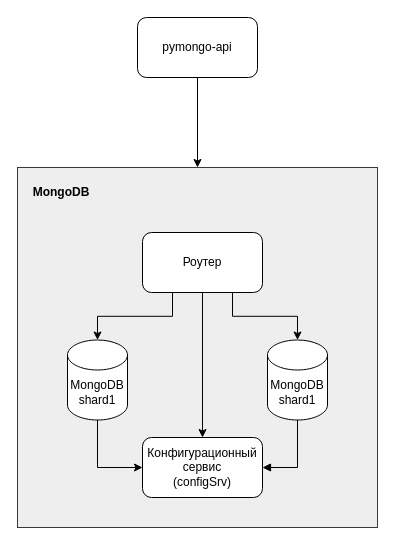
Above: page "MongoDBSharding" (3 of 5) of task1.drawio in AKolmakovV/architecture-sprint-2 (draw.io), before the change. Source tidied: cells renumbered, new cells numbered last; positions are measured from the earlier drawing's top-left corner, leaving out a move shared by most shapes. Both pictures are drawn from the tidied source at 100%, with x=0, y=0 at pixel (17, 17).
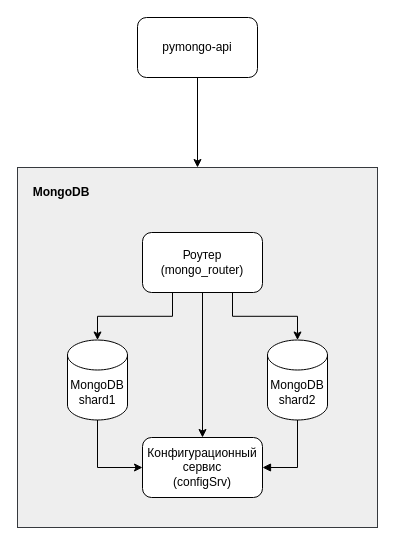
The same page after the edit.

Change to the diagram source:
```diff
@@
 <mxGraphModel>
   <root>
     <mxCell id="0" />
     <mxCell id="1" parent="0" />
     <mxCell id="2" style="edgeStyle=orthogonalEdgeStyle;rounded=0;jettySize=auto;html=1;" parent="1" edge="1" source="3" target="4">
       <mxGeometry relative="1" as="geometry" />
     </mxCell>
     <mxCell id="3" value="pymongo-api" style="rounded=1;whiteSpace=wrap;html=1;" parent="1" vertex="1">
       <mxGeometry x="120" width="120" height="60" as="geometry" />
     </mxCell>
     <mxCell id="4" style="rounded=0;whiteSpace=wrap;html=1;fillColor=#eeeeee;strokeColor=#36393d;" parent="1" vertex="1">
       <mxGeometry y="150" width="360" height="360" as="geometry" />
     </mxCell>
     <mxCell id="5" value="MongoDB" style="text;html=1;align=center;verticalAlign=middle;whiteSpace=wrap;rounded=0;fontStyle=1;" parent="1" vertex="1">
       <mxGeometry x="14" y="160" width="60" height="30" as="geometry" />
     </mxCell>
     <mxCell id="6" value="MongoDB&lt;br&gt;shard1" style="shape=cylinder3;whiteSpace=wrap;html=1;boundedLbl=1;backgroundOutline=1;size=15;" parent="1" vertex="1">
       <mxGeometry x="50" y="322.5" width="60" height="80" as="geometry" />
     </mxCell>
-    <mxCell id="7" value="MongoDB&lt;br&gt;shard1" style="shape=cylinder3;whiteSpace=wrap;html=1;boundedLbl=1;backgroundOutline=1;size=15;" parent="1" vertex="1">
+    <mxCell id="7" value="MongoDB&lt;br&gt;shard2" style="shape=cylinder3;whiteSpace=wrap;html=1;boundedLbl=1;backgroundOutline=1;size=15;" parent="1" vertex="1">
       <mxGeometry x="250" y="322.5" width="60" height="80" as="geometry" />
     </mxCell>
     <mxCell id="8" style="edgeStyle=orthogonalEdgeStyle;rounded=0;jettySize=auto;html=1;" parent="1" edge="1" source="11" target="14">
       <mxGeometry relative="1" as="geometry" />
     </mxCell>
     <mxCell id="9" style="edgeStyle=orthogonalEdgeStyle;rounded=0;jettySize=auto;html=1;exitX=0.75;exitY=1;exitDx=0;exitDy=0;" parent="1" edge="1" source="11" target="7">
       <mxGeometry relative="1" as="geometry" />
     </mxCell>
     <mxCell id="10" style="edgeStyle=orthogonalEdgeStyle;rounded=0;jettySize=auto;html=1;exitX=0.25;exitY=1;exitDx=0;exitDy=0;" parent="1" edge="1" source="11" target="6">
       <mxGeometry relative="1" as="geometry" />
     </mxCell>
-    <mxCell id="11" value="Роутер" style="rounded=1;whiteSpace=wrap;html=1;" parent="1" vertex="1">
+    <mxCell id="11" value="Роутер&lt;div&gt;(mongo_router)&lt;/div&gt;" style="rounded=1;whiteSpace=wrap;html=1;" parent="1" vertex="1">
       <mxGeometry x="125" y="215" width="120" height="60" as="geometry" />
     </mxCell>
     <mxCell id="12" style="edgeStyle=orthogonalEdgeStyle;rounded=0;jettySize=auto;html=1;exitX=1;exitY=0.5;exitDx=0;exitDy=0;startArrow=block;startFill=1;endArrow=none;" parent="1" edge="1" source="14" target="7">
       <mxGeometry relative="1" as="geometry" />
     </mxCell>
     <mxCell id="13" style="edgeStyle=orthogonalEdgeStyle;rounded=0;jettySize=auto;html=1;exitX=0;exitY=0.5;exitDx=0;exitDy=0;startArrow=classic;startFill=1;endArrow=none;" parent="1" edge="1" source="14" target="6">
       <mxGeometry relative="1" as="geometry" />
     </mxCell>
     <mxCell id="14" value="Конфигурационный&lt;div&gt;сервис&lt;br&gt;(configSrv)&lt;/div&gt;" style="rounded=1;whiteSpace=wrap;html=1;" parent="1" vertex="1">
       <mxGeometry x="125" y="420" width="120" height="60" as="geometry" />
     </mxCell>
   </root>
 </mxGraphModel>
```
